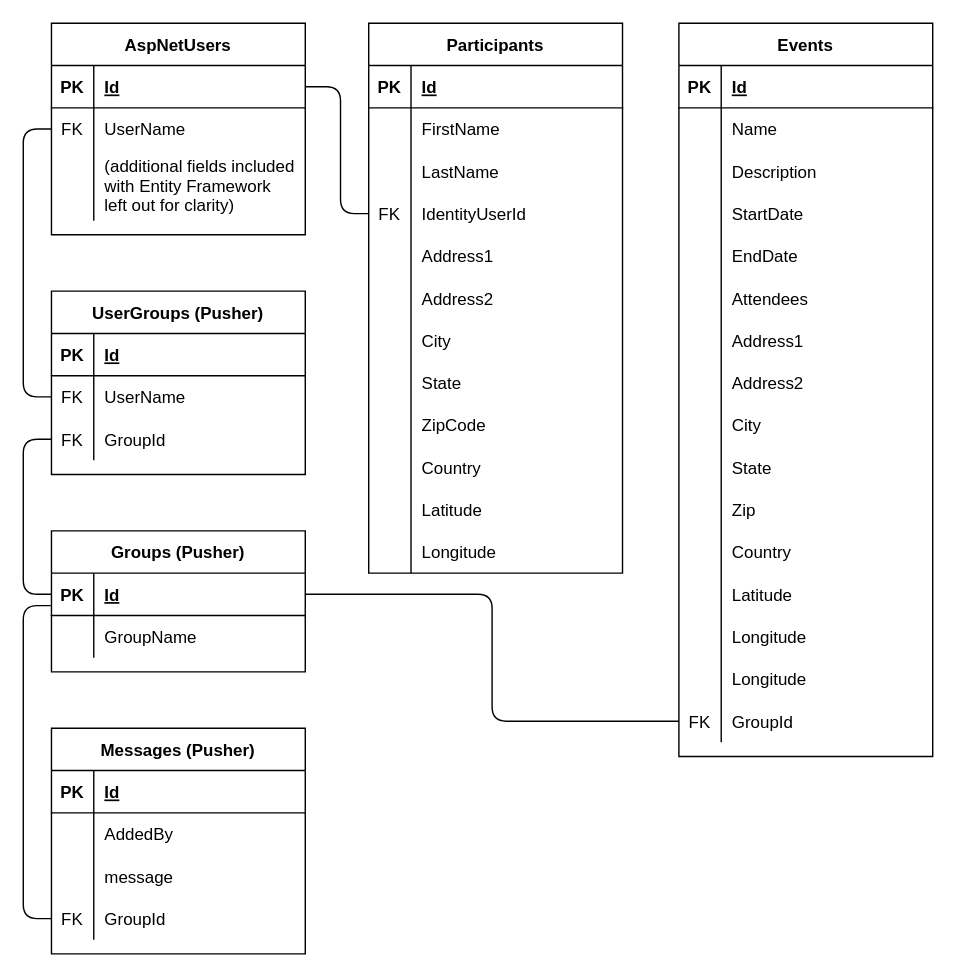
This is GroupCapstone/GroupCapstoneERD.drawio from pttiming/GroupCapston-Dysprosium, a draw.io file, before an edit. Source tidied: cells renumbered, new cells numbered last; positions are measured from the earlier drawing's top-left corner, leaving out a move shared by most shapes. Both pictures are drawn from the tidied source at 141%, with x=0, y=0 at pixel (51, 23).
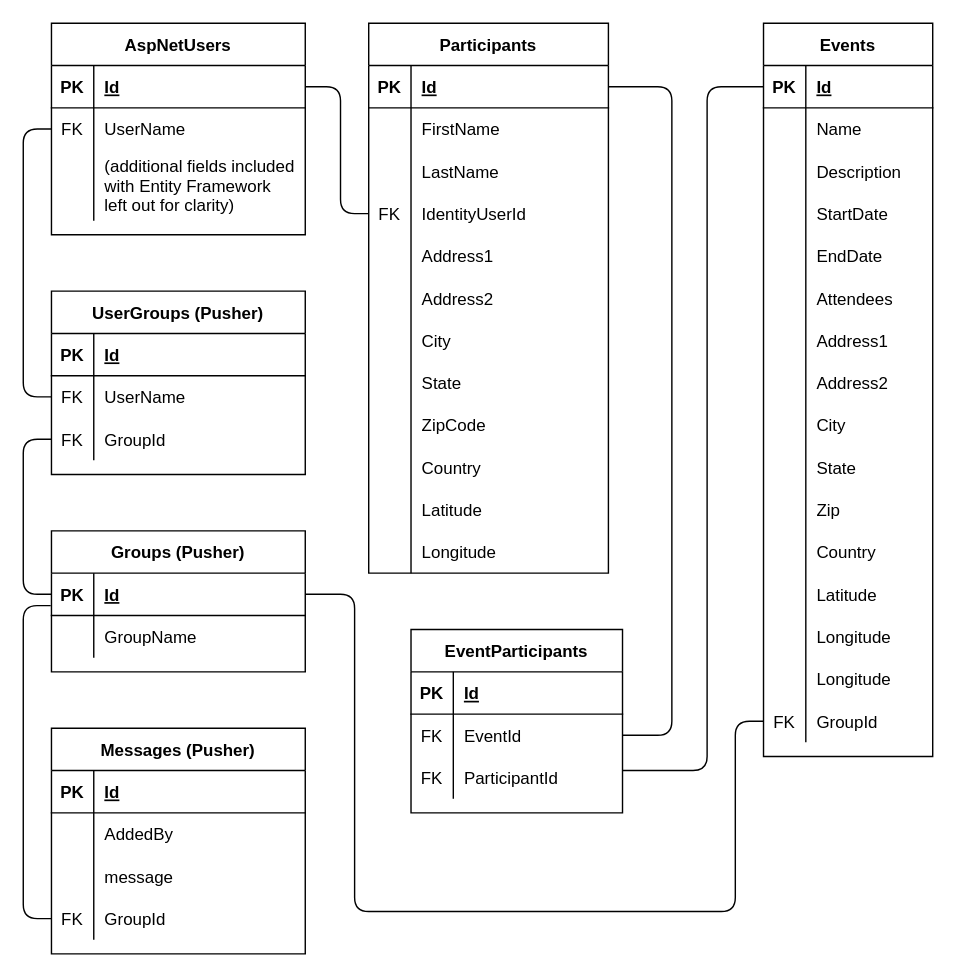
The same page after the edit.

The change refers to these unchanged cells:
```xml
<mxCell id="101" style="shape=partialRectangle;fillColor=none;top=0;left=0;bottom=1;right=0;points=[[0,0.5],[1,0.5]];portConstraint=eastwest;" parent="100" vertex="1">
  <mxGeometry y="30" width="180" height="30" as="geometry" />
</mxCell>
```

Change to the diagram source:
```diff
@@
     <mxCell id="3" value="Participants" style="shape=table;startSize=30;childLayout=tableLayout;rowLines=0;fontStyle=1;align=center;" parent="1" vertex="1">
-      <mxGeometry x="225" width="180" height="390" as="geometry" />
+      <mxGeometry x="225" width="170" height="390" as="geometry" />
     </mxCell>
     <mxCell id="4" style="shape=partialRectangle;fillColor=none;top=0;left=0;bottom=1;right=0;points=[[0,0.5],[1,0.5]];portConstraint=eastwest;" parent="3" vertex="1">
-      <mxGeometry y="30" width="180" height="30" as="geometry" />
+      <mxGeometry y="30" width="170" height="30" as="geometry" />
     </mxCell>
@@
     <mxCell id="6" value="Id" style="shape=partialRectangle;fillColor=none;top=0;left=0;bottom=0;right=0;align=left;spacingLeft=6;fontStyle=5;overflow=hidden;" parent="4" vertex="1">
-      <mxGeometry x="30" width="150" height="30" as="geometry" />
+      <mxGeometry x="30" width="140" height="30" as="geometry" />
     </mxCell>
     <mxCell id="7" style="shape=partialRectangle;fillColor=none;top=0;left=0;bottom=0;right=0;" parent="3" vertex="1">
-      <mxGeometry y="60" width="180" height="30" as="geometry" />
+      <mxGeometry y="60" width="170" height="30" as="geometry" />
     </mxCell>
@@
     <mxCell id="9" value="FirstName" style="shape=partialRectangle;fillColor=none;top=0;left=0;bottom=0;right=0;align=left;spacingLeft=6;overflow=hidden;" parent="7" vertex="1">
-      <mxGeometry x="30" width="150" height="30" as="geometry" />
+      <mxGeometry x="30" width="140" height="30" as="geometry" />
     </mxCell>
     <mxCell id="10" style="shape=partialRectangle;fillColor=none;top=0;left=0;bottom=0;right=0;" parent="3" vertex="1">
-      <mxGeometry y="90" width="180" height="30" as="geometry" />
+      <mxGeometry y="90" width="170" height="30" as="geometry" />
     </mxCell>
@@
     <mxCell id="12" value="LastName" style="shape=partialRectangle;fillColor=none;top=0;left=0;bottom=0;right=0;align=left;spacingLeft=6;overflow=hidden;" parent="10" vertex="1">
-      <mxGeometry x="30" width="150" height="30" as="geometry" />
+      <mxGeometry x="30" width="140" height="30" as="geometry" />
     </mxCell>
     <mxCell id="13" style="shape=partialRectangle;fillColor=none;top=0;left=0;bottom=0;right=0;points=[[0,0.5],[1,0.5]];portConstraint=eastwest;" parent="3" vertex="1">
-      <mxGeometry y="120" width="180" height="30" as="geometry" />
+      <mxGeometry y="120" width="170" height="30" as="geometry" />
     </mxCell>
@@
     <mxCell id="15" value="IdentityUserId" style="shape=partialRectangle;fillColor=none;top=0;left=0;bottom=0;right=0;align=left;spacingLeft=6;overflow=hidden;" parent="13" vertex="1">
-      <mxGeometry x="30" width="150" height="30" as="geometry" />
+      <mxGeometry x="30" width="140" height="30" as="geometry" />
     </mxCell>
     <mxCell id="16" style="shape=partialRectangle;fillColor=none;top=0;left=0;bottom=0;right=0;" parent="3" vertex="1">
-      <mxGeometry y="150" width="180" height="30" as="geometry" />
+      <mxGeometry y="150" width="170" height="30" as="geometry" />
     </mxCell>
@@
     <mxCell id="18" value="Address1" style="shape=partialRectangle;fillColor=none;top=0;left=0;bottom=0;right=0;align=left;spacingLeft=6;overflow=hidden;" parent="16" vertex="1">
-      <mxGeometry x="30" width="150" height="30" as="geometry" />
+      <mxGeometry x="30" width="140" height="30" as="geometry" />
     </mxCell>
     <mxCell id="19" style="shape=partialRectangle;fillColor=none;top=0;left=0;bottom=0;right=0;" parent="3" vertex="1">
-      <mxGeometry y="180" width="180" height="30" as="geometry" />
+      <mxGeometry y="180" width="170" height="30" as="geometry" />
     </mxCell>
@@
     <mxCell id="21" value="Address2" style="shape=partialRectangle;fillColor=none;top=0;left=0;bottom=0;right=0;align=left;spacingLeft=6;overflow=hidden;" parent="19" vertex="1">
-      <mxGeometry x="30" width="150" height="30" as="geometry" />
+      <mxGeometry x="30" width="140" height="30" as="geometry" />
     </mxCell>
     <mxCell id="22" style="shape=partialRectangle;fillColor=none;top=0;left=0;bottom=0;right=0;" parent="3" vertex="1">
-      <mxGeometry y="210" width="180" height="30" as="geometry" />
+      <mxGeometry y="210" width="170" height="30" as="geometry" />
     </mxCell>
@@
     <mxCell id="24" value="City" style="shape=partialRectangle;fillColor=none;top=0;left=0;bottom=0;right=0;align=left;spacingLeft=6;overflow=hidden;" parent="22" vertex="1">
-      <mxGeometry x="30" width="150" height="30" as="geometry" />
+      <mxGeometry x="30" width="140" height="30" as="geometry" />
     </mxCell>
     <mxCell id="25" style="shape=partialRectangle;fillColor=none;top=0;left=0;bottom=0;right=0;" parent="3" vertex="1">
-      <mxGeometry y="240" width="180" height="30" as="geometry" />
+      <mxGeometry y="240" width="170" height="30" as="geometry" />
     </mxCell>
@@
     <mxCell id="27" value="State" style="shape=partialRectangle;fillColor=none;top=0;left=0;bottom=0;right=0;align=left;spacingLeft=6;overflow=hidden;" parent="25" vertex="1">
-      <mxGeometry x="30" width="150" height="30" as="geometry" />
+      <mxGeometry x="30" width="140" height="30" as="geometry" />
     </mxCell>
     <mxCell id="28" style="shape=partialRectangle;fillColor=none;top=0;left=0;bottom=0;right=0;" parent="3" vertex="1">
-      <mxGeometry y="270" width="180" height="30" as="geometry" />
+      <mxGeometry y="270" width="170" height="30" as="geometry" />
     </mxCell>
@@
     <mxCell id="30" value="ZipCode" style="shape=partialRectangle;fillColor=none;top=0;left=0;bottom=0;right=0;align=left;spacingLeft=6;overflow=hidden;" parent="28" vertex="1">
-      <mxGeometry x="30" width="150" height="30" as="geometry" />
+      <mxGeometry x="30" width="140" height="30" as="geometry" />
     </mxCell>
     <mxCell id="31" style="shape=partialRectangle;fillColor=none;top=0;left=0;bottom=0;right=0;" parent="3" vertex="1">
-      <mxGeometry y="300" width="180" height="30" as="geometry" />
+      <mxGeometry y="300" width="170" height="30" as="geometry" />
     </mxCell>
@@
     <mxCell id="33" value="Country" style="shape=partialRectangle;fillColor=none;top=0;left=0;bottom=0;right=0;align=left;spacingLeft=6;overflow=hidden;" parent="31" vertex="1">
-      <mxGeometry x="30" width="150" height="30" as="geometry" />
+      <mxGeometry x="30" width="140" height="30" as="geometry" />
     </mxCell>
     <mxCell id="34" style="shape=partialRectangle;fillColor=none;top=0;left=0;bottom=0;right=0;" parent="3" vertex="1">
-      <mxGeometry y="330" width="180" height="30" as="geometry" />
+      <mxGeometry y="330" width="170" height="30" as="geometry" />
     </mxCell>
@@
     <mxCell id="36" value="Latitude" style="shape=partialRectangle;fillColor=none;top=0;left=0;bottom=0;right=0;align=left;spacingLeft=6;overflow=hidden;" parent="34" vertex="1">
-      <mxGeometry x="30" width="150" height="30" as="geometry" />
+      <mxGeometry x="30" width="140" height="30" as="geometry" />
     </mxCell>
     <mxCell id="37" style="shape=partialRectangle;fillColor=none;top=0;left=0;bottom=0;right=0;" parent="3" vertex="1">
-      <mxGeometry y="360" width="180" height="30" as="geometry" />
+      <mxGeometry y="360" width="170" height="30" as="geometry" />
     </mxCell>
@@
     <mxCell id="39" value="Longitude" style="shape=partialRectangle;fillColor=none;top=0;left=0;bottom=0;right=0;align=left;spacingLeft=6;overflow=hidden;" parent="37" vertex="1">
-      <mxGeometry x="30" width="150" height="30" as="geometry" />
+      <mxGeometry x="30" width="140" height="30" as="geometry" />
     </mxCell>
@@
     <mxCell id="50" value="Events" style="shape=table;startSize=30;childLayout=tableLayout;rowLines=0;fontStyle=1;align=center;" parent="1" vertex="1">
-      <mxGeometry x="445" width="180" height="520" as="geometry" />
+      <mxGeometry x="505" width="120" height="520" as="geometry" />
     </mxCell>
     <mxCell id="51" style="shape=partialRectangle;fillColor=none;top=0;left=0;bottom=1;right=0;points=[[0,0.5],[1,0.5]];portConstraint=eastwest;" parent="50" vertex="1">
-      <mxGeometry y="30" width="180" height="30" as="geometry" />
+      <mxGeometry y="30" width="120" height="30" as="geometry" />
     </mxCell>
@@
     <mxCell id="53" value="Id" style="shape=partialRectangle;fillColor=none;top=0;left=0;bottom=0;right=0;align=left;spacingLeft=6;fontStyle=5;overflow=hidden;" parent="51" vertex="1">
-      <mxGeometry x="30" width="150" height="30" as="geometry" />
+      <mxGeometry x="30" width="90" height="30" as="geometry" />
     </mxCell>
     <mxCell id="54" style="shape=partialRectangle;fillColor=none;top=0;left=0;bottom=0;right=0;" parent="50" vertex="1">
-      <mxGeometry y="60" width="180" height="30" as="geometry" />
+      <mxGeometry y="60" width="120" height="30" as="geometry" />
     </mxCell>
@@
     <mxCell id="56" value="Name" style="shape=partialRectangle;fillColor=none;top=0;left=0;bottom=0;right=0;align=left;spacingLeft=6;overflow=hidden;" parent="54" vertex="1">
-      <mxGeometry x="30" width="150" height="30" as="geometry" />
+      <mxGeometry x="30" width="90" height="30" as="geometry" />
     </mxCell>
     <mxCell id="57" style="shape=partialRectangle;fillColor=none;top=0;left=0;bottom=0;right=0;" parent="50" vertex="1">
-      <mxGeometry y="90" width="180" height="30" as="geometry" />
+      <mxGeometry y="90" width="120" height="30" as="geometry" />
     </mxCell>
@@
     <mxCell id="59" value="Description" style="shape=partialRectangle;fillColor=none;top=0;left=0;bottom=0;right=0;align=left;spacingLeft=6;overflow=hidden;" parent="57" vertex="1">
-      <mxGeometry x="30" width="150" height="30" as="geometry" />
+      <mxGeometry x="30" width="90" height="30" as="geometry" />
     </mxCell>
     <mxCell id="60" style="shape=partialRectangle;fillColor=none;top=0;left=0;bottom=0;right=0;" parent="50" vertex="1">
-      <mxGeometry y="120" width="180" height="30" as="geometry" />
+      <mxGeometry y="120" width="120" height="30" as="geometry" />
     </mxCell>
@@
     <mxCell id="62" value="StartDate" style="shape=partialRectangle;fillColor=none;top=0;left=0;bottom=0;right=0;align=left;spacingLeft=6;overflow=hidden;" parent="60" vertex="1">
-      <mxGeometry x="30" width="150" height="30" as="geometry" />
+      <mxGeometry x="30" width="90" height="30" as="geometry" />
     </mxCell>
     <mxCell id="63" style="shape=partialRectangle;fillColor=none;top=0;left=0;bottom=0;right=0;" parent="50" vertex="1">
-      <mxGeometry y="150" width="180" height="30" as="geometry" />
+      <mxGeometry y="150" width="120" height="30" as="geometry" />
     </mxCell>
@@
     <mxCell id="65" value="EndDate" style="shape=partialRectangle;fillColor=none;top=0;left=0;bottom=0;right=0;align=left;spacingLeft=6;overflow=hidden;" parent="63" vertex="1">
-      <mxGeometry x="30" width="150" height="30" as="geometry" />
+      <mxGeometry x="30" width="90" height="30" as="geometry" />
     </mxCell>
     <mxCell id="66" style="shape=partialRectangle;fillColor=none;top=0;left=0;bottom=0;right=0;" parent="50" vertex="1">
-      <mxGeometry y="180" width="180" height="30" as="geometry" />
+      <mxGeometry y="180" width="120" height="30" as="geometry" />
     </mxCell>
@@
     <mxCell id="68" value="Attendees" style="shape=partialRectangle;fillColor=none;top=0;left=0;bottom=0;right=0;align=left;spacingLeft=6;overflow=hidden;" parent="66" vertex="1">
-      <mxGeometry x="30" width="150" height="30" as="geometry" />
+      <mxGeometry x="30" width="90" height="30" as="geometry" />
     </mxCell>
     <mxCell id="69" style="shape=partialRectangle;fillColor=none;top=0;left=0;bottom=0;right=0;" parent="50" vertex="1">
-      <mxGeometry y="210" width="180" height="30" as="geometry" />
+      <mxGeometry y="210" width="120" height="30" as="geometry" />
     </mxCell>
@@
     <mxCell id="71" value="Address1" style="shape=partialRectangle;fillColor=none;top=0;left=0;bottom=0;right=0;align=left;spacingLeft=6;overflow=hidden;" parent="69" vertex="1">
-      <mxGeometry x="30" width="150" height="30" as="geometry" />
+      <mxGeometry x="30" width="90" height="30" as="geometry" />
     </mxCell>
     <mxCell id="72" style="shape=partialRectangle;fillColor=none;top=0;left=0;bottom=0;right=0;" parent="50" vertex="1">
-      <mxGeometry y="240" width="180" height="30" as="geometry" />
+      <mxGeometry y="240" width="120" height="30" as="geometry" />
     </mxCell>
@@
     <mxCell id="74" value="Address2" style="shape=partialRectangle;fillColor=none;top=0;left=0;bottom=0;right=0;align=left;spacingLeft=6;overflow=hidden;" parent="72" vertex="1">
-      <mxGeometry x="30" width="150" height="30" as="geometry" />
+      <mxGeometry x="30" width="90" height="30" as="geometry" />
     </mxCell>
     <mxCell id="75" style="shape=partialRectangle;fillColor=none;top=0;left=0;bottom=0;right=0;" parent="50" vertex="1">
-      <mxGeometry y="270" width="180" height="30" as="geometry" />
+      <mxGeometry y="270" width="120" height="30" as="geometry" />
     </mxCell>
@@
     <mxCell id="77" value="City" style="shape=partialRectangle;fillColor=none;top=0;left=0;bottom=0;right=0;align=left;spacingLeft=6;overflow=hidden;" parent="75" vertex="1">
-      <mxGeometry x="30" width="150" height="30" as="geometry" />
+      <mxGeometry x="30" width="90" height="30" as="geometry" />
     </mxCell>
     <mxCell id="78" style="shape=partialRectangle;fillColor=none;top=0;left=0;bottom=0;right=0;" parent="50" vertex="1">
-      <mxGeometry y="300" width="180" height="30" as="geometry" />
+      <mxGeometry y="300" width="120" height="30" as="geometry" />
     </mxCell>
@@
     <mxCell id="80" value="State" style="shape=partialRectangle;fillColor=none;top=0;left=0;bottom=0;right=0;align=left;spacingLeft=6;overflow=hidden;" parent="78" vertex="1">
-      <mxGeometry x="30" width="150" height="30" as="geometry" />
+      <mxGeometry x="30" width="90" height="30" as="geometry" />
     </mxCell>
     <mxCell id="81" style="shape=partialRectangle;fillColor=none;top=0;left=0;bottom=0;right=0;" parent="50" vertex="1">
-      <mxGeometry y="330" width="180" height="30" as="geometry" />
+      <mxGeometry y="330" width="120" height="30" as="geometry" />
     </mxCell>
@@
     <mxCell id="83" value="Zip" style="shape=partialRectangle;fillColor=none;top=0;left=0;bottom=0;right=0;align=left;spacingLeft=6;overflow=hidden;" parent="81" vertex="1">
-      <mxGeometry x="30" width="150" height="30" as="geometry" />
+      <mxGeometry x="30" width="90" height="30" as="geometry" />
     </mxCell>
     <mxCell id="84" style="shape=partialRectangle;fillColor=none;top=0;left=0;bottom=0;right=0;" parent="50" vertex="1">
-      <mxGeometry y="360" width="180" height="30" as="geometry" />
+      <mxGeometry y="360" width="120" height="30" as="geometry" />
     </mxCell>
@@
     <mxCell id="86" value="Country" style="shape=partialRectangle;fillColor=none;top=0;left=0;bottom=0;right=0;align=left;spacingLeft=6;overflow=hidden;" parent="84" vertex="1">
-      <mxGeometry x="30" width="150" height="30" as="geometry" />
+      <mxGeometry x="30" width="90" height="30" as="geometry" />
     </mxCell>
     <mxCell id="87" style="shape=partialRectangle;fillColor=none;top=0;left=0;bottom=0;right=0;" parent="50" vertex="1">
-      <mxGeometry y="390" width="180" height="30" as="geometry" />
+      <mxGeometry y="390" width="120" height="30" as="geometry" />
     </mxCell>
@@
     <mxCell id="89" value="Latitude" style="shape=partialRectangle;fillColor=none;top=0;left=0;bottom=0;right=0;align=left;spacingLeft=6;overflow=hidden;" parent="87" vertex="1">
-      <mxGeometry x="30" width="150" height="30" as="geometry" />
+      <mxGeometry x="30" width="90" height="30" as="geometry" />
     </mxCell>
     <mxCell id="90" style="shape=partialRectangle;fillColor=none;top=0;left=0;bottom=0;right=0;" parent="50" vertex="1">
-      <mxGeometry y="420" width="180" height="30" as="geometry" />
+      <mxGeometry y="420" width="120" height="30" as="geometry" />
     </mxCell>
@@
     <mxCell id="92" value="Longitude" style="shape=partialRectangle;fillColor=none;top=0;left=0;bottom=0;right=0;align=left;spacingLeft=6;overflow=hidden;" parent="90" vertex="1">
-      <mxGeometry x="30" width="150" height="30" as="geometry" />
+      <mxGeometry x="30" width="90" height="30" as="geometry" />
     </mxCell>
     <mxCell id="93" style="shape=partialRectangle;fillColor=none;top=0;left=0;bottom=0;right=0;" parent="50" vertex="1">
-      <mxGeometry y="450" width="180" height="30" as="geometry" />
+      <mxGeometry y="450" width="120" height="30" as="geometry" />
     </mxCell>
@@
     <mxCell id="95" value="Longitude" style="shape=partialRectangle;fillColor=none;top=0;left=0;bottom=0;right=0;align=left;spacingLeft=6;overflow=hidden;" parent="93" vertex="1">
-      <mxGeometry x="30" width="150" height="30" as="geometry" />
+      <mxGeometry x="30" width="90" height="30" as="geometry" />
     </mxCell>
     <mxCell id="96" style="shape=partialRectangle;fillColor=none;top=0;left=0;bottom=0;right=0;points=[[0,0.5],[1,0.5]];portConstraint=eastwest;" parent="50" vertex="1">
-      <mxGeometry y="480" width="180" height="30" as="geometry" />
+      <mxGeometry y="480" width="120" height="30" as="geometry" />
     </mxCell>
@@
     <mxCell id="98" value="GroupId" style="shape=partialRectangle;fillColor=none;top=0;left=0;bottom=0;right=0;align=left;spacingLeft=6;overflow=hidden;" parent="96" vertex="1">
-      <mxGeometry x="30" width="150" height="30" as="geometry" />
+      <mxGeometry x="30" width="90" height="30" as="geometry" />
     </mxCell>
@@
     <mxCell id="132" style="edgeStyle=orthogonalEdgeStyle;rounded=1;jettySize=auto;html=1;entryX=1;entryY=0.5;entryDx=0;entryDy=0;exitX=0;exitY=0.5;exitDx=0;exitDy=0;endArrow=none;endFill=0;" parent="1" edge="1" source="96" target="101">
-      <mxGeometry relative="1" as="geometry" />
+      <mxGeometry relative="1" as="geometry">
+        <Array as="points">
+          <mxPoint x="485" y="495" />
+          <mxPoint x="485" y="630" />
+          <mxPoint x="215" y="630" />
+          <mxPoint x="215" y="405" />
+        </Array>
+      </mxGeometry>
     </mxCell>
+    <mxCell id="133" value="EventParticipants" style="shape=table;startSize=30;childLayout=tableLayout;rowLines=0;fontStyle=1;align=center;" parent="1" vertex="1">
+      <mxGeometry x="255" y="430" width="150" height="130" as="geometry" />
+    </mxCell>
+    <mxCell id="134" style="shape=partialRectangle;fillColor=none;top=0;left=0;bottom=1;right=0;" parent="133" vertex="1">
+      <mxGeometry y="30" width="150" height="30" as="geometry" />
+    </mxCell>
+    <mxCell id="135" value="PK" style="shape=partialRectangle;fillColor=none;top=0;left=0;bottom=0;right=0;fontStyle=1;overflow=hidden;" parent="134" vertex="1">
+      <mxGeometry width="30" height="30" as="geometry" />
+    </mxCell>
+    <mxCell id="136" value="Id" style="shape=partialRectangle;fillColor=none;top=0;left=0;bottom=0;right=0;align=left;spacingLeft=6;fontStyle=5;overflow=hidden;" parent="134" vertex="1">
+      <mxGeometry x="30" width="120" height="30" as="geometry" />
+    </mxCell>
+    <mxCell id="137" style="shape=partialRectangle;fillColor=none;top=0;left=0;bottom=0;right=0;points=[[0,0.5],[1,0.5]];portConstraint=eastwest;" parent="133" vertex="1">
+      <mxGeometry y="60" width="150" height="30" as="geometry" />
+    </mxCell>
+    <mxCell id="138" value="FK" style="shape=partialRectangle;fillColor=none;top=0;left=0;bottom=0;right=0;overflow=hidden;" parent="137" vertex="1">
+      <mxGeometry width="30" height="30" as="geometry" />
+    </mxCell>
+    <mxCell id="139" value="EventId" style="shape=partialRectangle;fillColor=none;top=0;left=0;bottom=0;right=0;align=left;spacingLeft=6;overflow=hidden;" parent="137" vertex="1">
+      <mxGeometry x="30" width="120" height="30" as="geometry" />
+    </mxCell>
+    <mxCell id="140" style="shape=partialRectangle;fillColor=none;top=0;left=0;bottom=0;right=0;" parent="133" vertex="1">
+      <mxGeometry y="90" width="150" height="30" as="geometry" />
+    </mxCell>
+    <mxCell id="141" value="FK" style="shape=partialRectangle;fillColor=none;top=0;left=0;bottom=0;right=0;overflow=hidden;" parent="140" vertex="1">
+      <mxGeometry width="30" height="30" as="geometry" />
+    </mxCell>
+    <mxCell id="142" value="ParticipantId" style="shape=partialRectangle;fillColor=none;top=0;left=0;bottom=0;right=0;align=left;spacingLeft=6;overflow=hidden;" parent="140" vertex="1">
+      <mxGeometry x="30" width="120" height="30" as="geometry" />
+    </mxCell>
+    <mxCell id="143" style="edgeStyle=orthogonalEdgeStyle;rounded=1;jettySize=auto;html=1;exitX=1;exitY=0.5;exitDx=0;exitDy=0;endArrow=none;endFill=0;entryX=1;entryY=0.5;entryDx=0;entryDy=0;" parent="1" edge="1" source="4" target="137">
+      <mxGeometry relative="1" as="geometry">
+        <Array as="points">
+          <mxPoint x="440" y="45" />
+          <mxPoint x="440" y="505" />
+        </Array>
+      </mxGeometry>
+    </mxCell>
+    <mxCell id="144" style="edgeStyle=orthogonalEdgeStyle;rounded=1;jettySize=auto;html=1;entryX=1;entryY=0.5;entryDx=0;entryDy=0;exitX=0;exitY=0.5;exitDx=0;exitDy=0;endArrow=none;endFill=0;" parent="1" edge="1" source="51">
+      <mxGeometry relative="1" as="geometry">
+        <mxPoint x="405" y="530" as="targetPoint" />
+        <Array as="points">
+          <mxPoint x="465" y="45" />
+          <mxPoint x="465" y="530" />
+        </Array>
+      </mxGeometry>
+    </mxCell>
```
